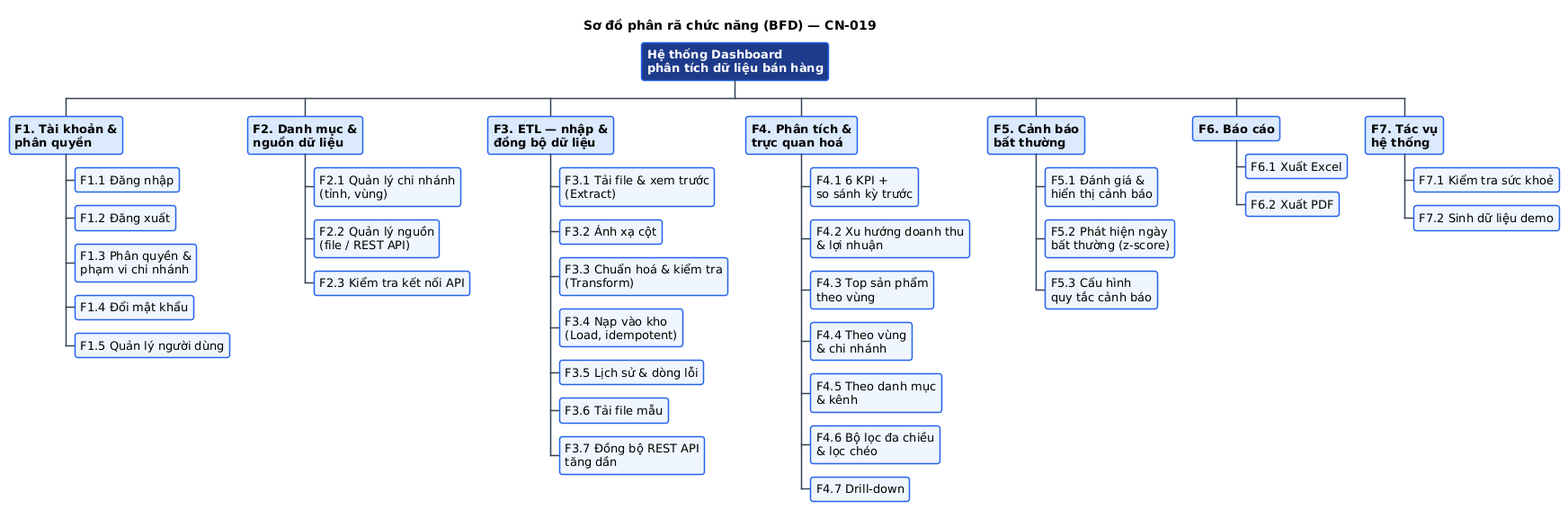
hoang13516-dev/TTCN_CCROBO keeps this PlantUML diagram as docs/phan-tich/so-do/out/08-bfd.png. Above is the earlier version.
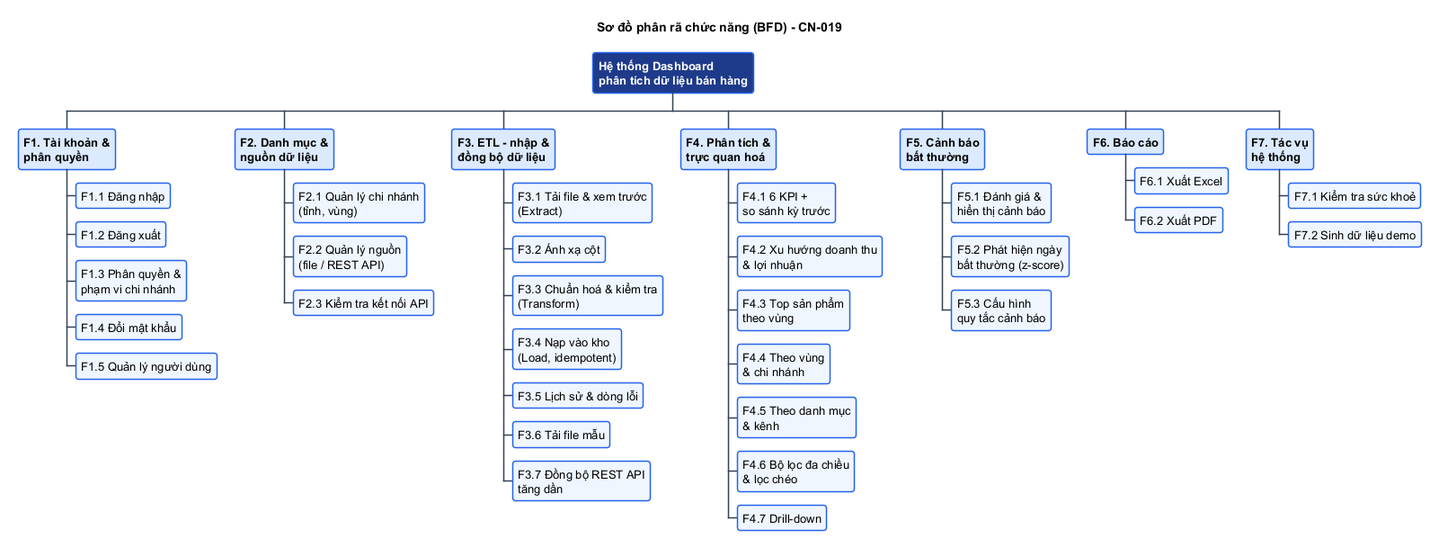
After the change.

Change to the diagram source:
```diff
@@ -7,7 +7,7 @@
   :depth(1) { BackgroundColor #dbeafe; FontStyle bold }
 }
 </style>
-title Sơ đồ phân rã chức năng (BFD) — CN-019
+title Sơ đồ phân rã chức năng (BFD) - CN-019
 * Hệ thống Dashboard\nphân tích dữ liệu bán hàng
 ** F1. Tài khoản &\nphân quyền
 *** F1.1 Đăng nhập
@@ -19,7 +19,7 @@
 *** F2.1 Quản lý chi nhánh\n(tỉnh, vùng)
 *** F2.2 Quản lý nguồn\n(file / REST API)
 *** F2.3 Kiểm tra kết nối API
-** F3. ETL — nhập &\nđồng bộ dữ liệu
+** F3. ETL - nhập &\nđồng bộ dữ liệu
 *** F3.1 Tải file & xem trước\n(Extract)
 *** F3.2 Ánh xạ cột
 *** F3.3 Chuẩn hoá & kiểm tra\n(Transform)
```
